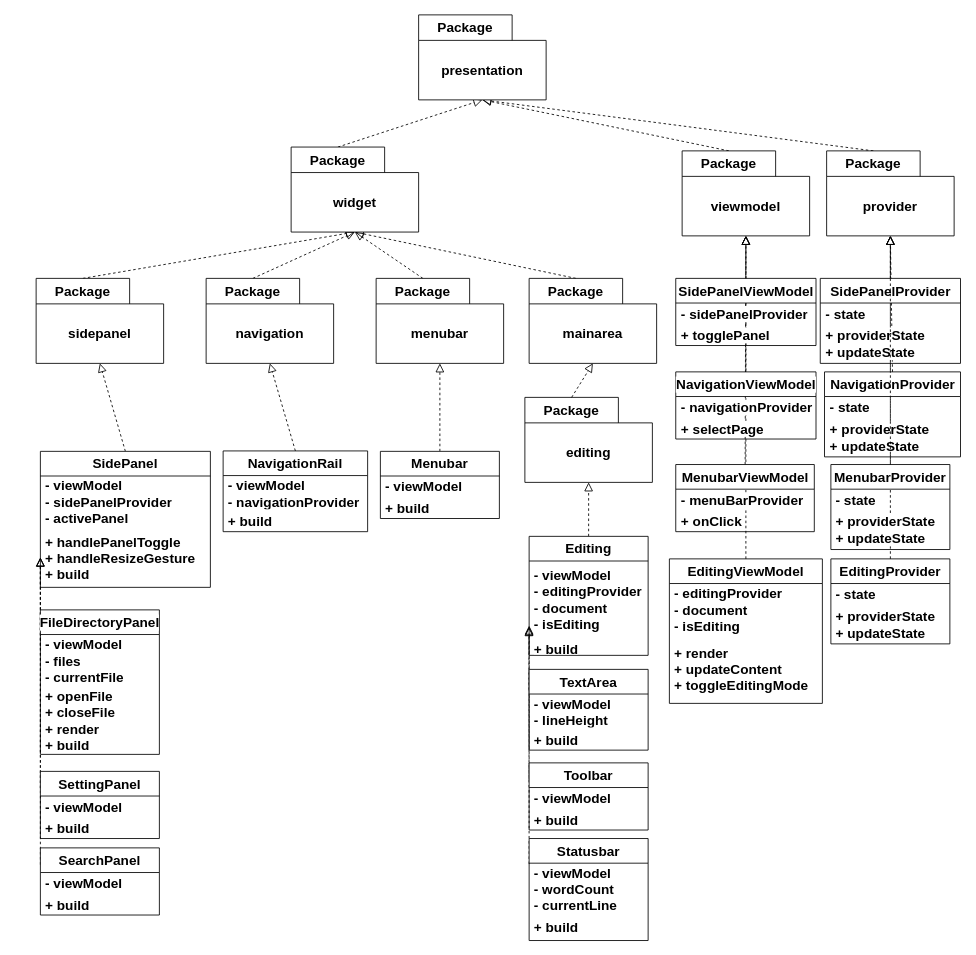
Before: page "Class diagram - UI" (8 of 11) of doc/dial_editor.drawio in zz0-0/dial_editor, a draw.io diagram. Source tidied: cells renumbered, new cells numbered last; positions are measured from the earlier drawing's top-left corner, leaving out a move shared by most shapes. Both pictures are drawn from the tidied source at 85%, with x=0, y=0 at pixel (36, 14).
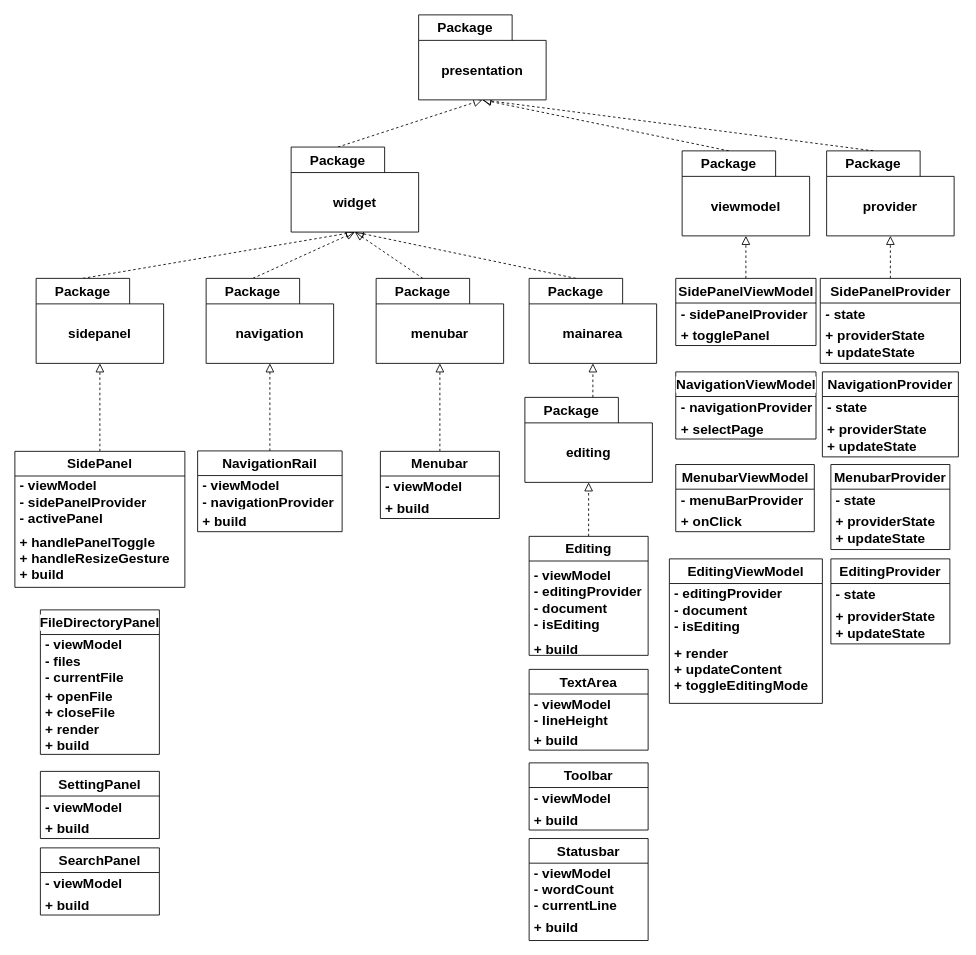
The same page after the edit.

Unchanged cells that the change refers to:
```xml
<mxCell id="26" value="Package" style="shape=folder;fontStyle=1;tabWidth=110;tabHeight=30;tabPosition=left;html=1;boundedLbl=1;labelInHeader=1;whiteSpace=wrap;fontSize=16;labelBackgroundColor=default;" parent="1" vertex="1">
  <mxGeometry x="760" y="160" width="150" height="100" as="geometry" />
</mxCell>
<mxCell id="28" value="TextArea" style="swimlane;fontStyle=1;align=center;verticalAlign=middle;horizontal=1;startSize=29;html=1;whiteSpace=wrap;fontSize=16;labelBackgroundColor=default;" parent="1" vertex="1">
  <mxGeometry x="580" y="770" width="140" height="95" as="geometry" />
</mxCell>
<mxCell id="35" value="Package" style="shape=folder;fontStyle=1;tabWidth=110;tabHeight=30;tabPosition=left;html=1;boundedLbl=1;labelInHeader=1;whiteSpace=wrap;fontSize=16;labelBackgroundColor=default;" parent="1" vertex="1">
  <mxGeometry x="930" y="160" width="150" height="100" as="geometry" />
</mxCell>
<mxCell id="39" value="Toolbar" style="swimlane;fontStyle=1;align=center;verticalAlign=middle;horizontal=1;startSize=29;html=1;whiteSpace=wrap;fontSize=16;labelBackgroundColor=default;" parent="1" vertex="1">
  <mxGeometry x="580" y="880" width="140" height="79" as="geometry" />
</mxCell>
<mxCell id="42" value="Statusbar" style="swimlane;fontStyle=1;align=center;verticalAlign=middle;horizontal=1;startSize=29;html=1;whiteSpace=wrap;fontSize=16;labelBackgroundColor=default;" parent="1" vertex="1">
  <mxGeometry x="580" y="969" width="140" height="120" as="geometry" />
</mxCell>
<mxCell id="48" value="FileDirectoryPanel" style="swimlane;fontStyle=1;align=center;verticalAlign=middle;horizontal=1;startSize=29;html=1;whiteSpace=wrap;fontSize=16;labelBackgroundColor=default;" parent="1" vertex="1">
  <mxGeometry x="5" y="700" width="140" height="170" as="geometry" />
</mxCell>
<mxCell id="51" value="SettingPanel" style="swimlane;fontStyle=1;align=center;verticalAlign=middle;horizontal=1;startSize=29;html=1;whiteSpace=wrap;fontSize=16;labelBackgroundColor=default;" parent="1" vertex="1">
  <mxGeometry x="5" y="890" width="140" height="79" as="geometry" />
</mxCell>
<mxCell id="54" value="SearchPanel" style="swimlane;fontStyle=1;align=center;verticalAlign=middle;horizontal=1;startSize=29;html=1;whiteSpace=wrap;fontSize=16;labelBackgroundColor=default;" parent="1" vertex="1">
  <mxGeometry x="5" y="980" width="140" height="79" as="geometry" />
</mxCell>
<mxCell id="57" value="NavigationViewModel" style="swimlane;fontStyle=1;align=center;verticalAlign=middle;horizontal=1;startSize=29;html=1;whiteSpace=wrap;fontSize=16;labelBackgroundColor=default;" parent="1" vertex="1">
  <mxGeometry x="752.5" y="420" width="165" height="79" as="geometry" />
</mxCell>
<mxCell id="63" value="MenubarViewModel" style="swimlane;fontStyle=1;align=center;verticalAlign=middle;horizontal=1;startSize=29;html=1;whiteSpace=wrap;fontSize=16;labelBackgroundColor=default;" parent="1" vertex="1">
  <mxGeometry x="752.5" y="529" width="163" height="79" as="geometry" />
</mxCell>
<mxCell id="66" value="EditingViewModel" style="swimlane;fontStyle=1;align=center;verticalAlign=middle;horizontal=1;startSize=29;html=1;whiteSpace=wrap;fontSize=16;labelBackgroundColor=default;" parent="1" vertex="1">
  <mxGeometry x="745" y="640" width="180" height="170" as="geometry" />
</mxCell>
<mxCell id="69" value="EditingProvider" style="swimlane;fontStyle=1;align=center;verticalAlign=middle;horizontal=1;startSize=29;html=1;whiteSpace=wrap;fontSize=16;labelBackgroundColor=default;" parent="1" vertex="1">
  <mxGeometry x="935" y="640" width="140" height="100" as="geometry" />
</mxCell>
<mxCell id="78" value="Editing" style="swimlane;fontStyle=1;align=center;verticalAlign=middle;horizontal=1;startSize=29;html=1;whiteSpace=wrap;fontSize=16;labelBackgroundColor=default;" parent="1" vertex="1">
  <mxGeometry x="580" y="613.5" width="140" height="140" as="geometry" />
</mxCell>
<mxCell id="79" value="&lt;div style=&quot;font-size: 16px;&quot;&gt;-&amp;nbsp;viewModel&lt;br style=&quot;font-size: 16px;&quot;&gt;&lt;/div&gt;&lt;div style=&quot;font-size: 16px;&quot;&gt;- editingProvider&lt;/div&gt;- document&lt;div style=&quot;font-size: 16px;&quot;&gt;- isEditing&lt;/div&gt;" style="text;html=1;strokeColor=none;fillColor=none;align=left;verticalAlign=middle;spacingLeft=4;spacingRight=4;overflow=hidden;points=[[0,0.5],[1,0.5]];portConstraint=eastwest;whiteSpace=wrap;labelBackgroundColor=default;fontSize=16;fontStyle=1;" parent="78" vertex="1">
  <mxGeometry y="29" width="140" height="91" as="geometry" />
</mxCell>
<mxCell id="83" value="+&amp;nbsp;handlePanelToggle&lt;div style=&quot;font-size: 16px;&quot;&gt;+&amp;nbsp;handleResizeGesture&lt;/div&gt;&lt;div style=&quot;font-size: 16px;&quot;&gt;+ build&lt;br style=&quot;font-size: 16px;&quot;&gt;&lt;/div&gt;" style="text;html=1;strokeColor=none;fillColor=none;align=left;verticalAlign=middle;spacingLeft=4;spacingRight=4;overflow=hidden;points=[[0,0.5],[1,0.5]];portConstraint=eastwest;whiteSpace=wrap;labelBackgroundColor=default;fontSize=16;fontStyle=1;" parent="81" vertex="1">
  <mxGeometry y="90" width="200" height="70" as="geometry" />
</mxCell>
<mxCell id="88" value="Package" style="shape=folder;fontStyle=1;tabWidth=110;tabHeight=30;tabPosition=left;html=1;boundedLbl=1;labelInHeader=1;whiteSpace=wrap;fontSize=16;labelBackgroundColor=default;" parent="1" vertex="1">
  <mxGeometry x="575" y="450" width="150" height="100" as="geometry" />
</mxCell>
<mxCell id="93" value="MenubarProvider" style="swimlane;fontStyle=1;align=center;verticalAlign=middle;horizontal=1;startSize=29;html=1;whiteSpace=wrap;fontSize=16;labelBackgroundColor=default;" parent="1" vertex="1">
  <mxGeometry x="935" y="529" width="140" height="100" as="geometry" />
</mxCell>
<mxCell id="97" value="Package" style="shape=folder;fontStyle=1;tabWidth=110;tabHeight=30;tabPosition=left;html=1;boundedLbl=1;labelInHeader=1;whiteSpace=wrap;fontSize=16;labelBackgroundColor=default;" parent="1" vertex="1">
  <mxGeometry x="580" y="310" width="150" height="100" as="geometry" />
</mxCell>
```

What changed in the source:
```diff
@@
-    <mxCell id="6" style="endArrow=block;startArrow=none;endFill=0;startFill=0;endSize=8;html=1;verticalAlign=bottom;dashed=1;labelBackgroundColor=none;rounded=0;entryX=0.001;entryY=0.849;entryDx=0;entryDy=0;entryPerimeter=0;exitX=0;exitY=0.25;exitDx=0;exitDy=0;" parent="1" edge="1" source="28" target="79">
-      <mxGeometry relative="1" as="geometry" />
-    </mxCell>
-    <mxCell id="7" style="endArrow=block;startArrow=none;endFill=0;startFill=0;endSize=8;html=1;verticalAlign=bottom;dashed=1;labelBackgroundColor=none;rounded=0;exitX=0;exitY=0.25;exitDx=0;exitDy=0;entryX=0;entryY=0.75;entryDx=0;entryDy=0;" parent="1" edge="1" source="39" target="78">
-      <mxGeometry relative="1" as="geometry" />
-    </mxCell>
-    <mxCell id="8" style="endArrow=block;startArrow=none;endFill=0;startFill=0;endSize=8;html=1;verticalAlign=bottom;dashed=1;labelBackgroundColor=none;rounded=0;entryX=-0.002;entryY=0.855;entryDx=0;entryDy=0;entryPerimeter=0;exitX=0;exitY=0.25;exitDx=0;exitDy=0;" parent="1" edge="1" source="42" target="79">
-      <mxGeometry relative="1" as="geometry" />
-    </mxCell>
@@
-    <mxCell id="11" style="endArrow=block;startArrow=none;endFill=0;startFill=0;endSize=8;html=1;verticalAlign=bottom;dashed=1;labelBackgroundColor=none;rounded=0;entryX=0;entryY=0.5;entryDx=0;entryDy=0;exitX=0;exitY=0.25;exitDx=0;exitDy=0;" parent="1" edge="1" source="48" target="83">
-      <mxGeometry relative="1" as="geometry" />
-    </mxCell>
-    <mxCell id="12" style="endArrow=block;startArrow=none;endFill=0;startFill=0;endSize=8;html=1;verticalAlign=bottom;dashed=1;labelBackgroundColor=none;rounded=0;entryX=0;entryY=0.5;entryDx=0;entryDy=0;exitX=0;exitY=0.25;exitDx=0;exitDy=0;" parent="1" edge="1" source="51" target="83">
-      <mxGeometry relative="1" as="geometry" />
-    </mxCell>
-    <mxCell id="13" style="endArrow=block;startArrow=none;endFill=0;startFill=0;endSize=8;html=1;verticalAlign=bottom;dashed=1;labelBackgroundColor=none;rounded=0;entryX=0;entryY=0.5;entryDx=0;entryDy=0;exitX=0;exitY=0.25;exitDx=0;exitDy=0;" parent="1" edge="1" source="54" target="83">
-      <mxGeometry relative="1" as="geometry" />
-    </mxCell>
@@
-    <mxCell id="17" style="endArrow=block;startArrow=none;endFill=0;startFill=0;endSize=8;html=1;verticalAlign=bottom;dashed=1;labelBackgroundColor=none;rounded=0;entryX=0.5;entryY=1;entryDx=0;entryDy=0;entryPerimeter=0;" parent="1" edge="1" source="66" target="26">
-      <mxGeometry relative="1" as="geometry" />
-    </mxCell>
-    <mxCell id="18" style="endArrow=block;startArrow=none;endFill=0;startFill=0;endSize=8;html=1;verticalAlign=bottom;dashed=1;labelBackgroundColor=none;rounded=0;entryX=0.5;entryY=1;entryDx=0;entryDy=0;entryPerimeter=0;" parent="1" edge="1" source="63" target="26">
-      <mxGeometry relative="1" as="geometry" />
-    </mxCell>
-    <mxCell id="19" style="endArrow=block;startArrow=none;endFill=0;startFill=0;endSize=8;html=1;verticalAlign=bottom;dashed=1;labelBackgroundColor=none;rounded=0;entryX=0.5;entryY=1;entryDx=0;entryDy=0;entryPerimeter=0;" parent="1" edge="1" source="57" target="26">
-      <mxGeometry relative="1" as="geometry" />
-    </mxCell>
@@
-    <mxCell id="21" style="endArrow=block;startArrow=none;endFill=0;startFill=0;endSize=8;html=1;verticalAlign=bottom;dashed=1;labelBackgroundColor=none;rounded=0;entryX=0.5;entryY=1;entryDx=0;entryDy=0;entryPerimeter=0;" parent="1" edge="1" source="69" target="35">
-      <mxGeometry relative="1" as="geometry" />
-    </mxCell>
-    <mxCell id="22" style="endArrow=block;startArrow=none;endFill=0;startFill=0;endSize=8;html=1;verticalAlign=bottom;dashed=1;labelBackgroundColor=none;rounded=0;entryX=0.5;entryY=1;entryDx=0;entryDy=0;entryPerimeter=0;exitX=0.5;exitY=0;exitDx=0;exitDy=0;" parent="1" edge="1" source="72" target="35">
-      <mxGeometry relative="1" as="geometry" />
-    </mxCell>
@@
     <mxCell id="45" value="NavigationRail" style="swimlane;fontStyle=1;align=center;verticalAlign=middle;horizontal=1;startSize=29;html=1;whiteSpace=wrap;fontSize=16;labelBackgroundColor=default;" parent="1" vertex="1">
-      <mxGeometry x="220" y="513" width="170" height="95" as="geometry" />
+      <mxGeometry x="190" y="513" width="170" height="95" as="geometry" />
     </mxCell>
@@
     <mxCell id="72" value="NavigationProvider" style="swimlane;fontStyle=1;align=center;verticalAlign=middle;horizontal=1;startSize=29;html=1;whiteSpace=wrap;fontSize=16;labelBackgroundColor=default;" parent="1" vertex="1">
-      <mxGeometry x="927.5" y="420" width="160" height="100" as="geometry" />
+      <mxGeometry x="925" y="420" width="160" height="100" as="geometry" />
     </mxCell>
@@
     <mxCell id="81" value="SidePanel" style="swimlane;fontStyle=1;align=center;verticalAlign=middle;horizontal=1;startSize=29;html=1;whiteSpace=wrap;labelBackgroundColor=default;labelBorderColor=none;textShadow=0;fontSize=16;" parent="1" vertex="1">
-      <mxGeometry x="5" y="513.5" width="200" height="160" as="geometry" />
+      <mxGeometry x="-25" y="513.5" width="200" height="160" as="geometry" />
     </mxCell>
@@
-    <mxCell id="96" style="endArrow=block;startArrow=none;endFill=0;startFill=0;endSize=8;html=1;verticalAlign=bottom;dashed=1;labelBackgroundColor=none;rounded=0;entryX=0.5;entryY=1;entryDx=0;entryDy=0;entryPerimeter=0;exitX=0.5;exitY=0;exitDx=0;exitDy=0;" parent="1" edge="1" source="93" target="35">
-      <mxGeometry relative="1" as="geometry" />
-    </mxCell>
@@
-    <mxCell id="99" style="endArrow=block;startArrow=none;endFill=0;startFill=0;endSize=8;html=1;verticalAlign=bottom;dashed=1;labelBackgroundColor=none;rounded=0;entryX=0.5;entryY=1;entryDx=0;entryDy=0;entryPerimeter=0;exitX=0;exitY=0;exitDx=55;exitDy=0;exitPerimeter=0;" parent="1" edge="1" source="88" target="97">
-      <mxGeometry relative="1" as="geometry" />
+    <mxCell id="99" style="endArrow=block;startArrow=none;endFill=0;startFill=0;endSize=8;html=1;verticalAlign=bottom;dashed=1;labelBackgroundColor=none;rounded=0;entryX=0.5;entryY=1;entryDx=0;entryDy=0;entryPerimeter=0;" parent="1" edge="1" target="97">
+      <mxGeometry relative="1" as="geometry">
+        <mxPoint x="655" y="450" as="sourcePoint" />
+      </mxGeometry>
     </mxCell>
```
